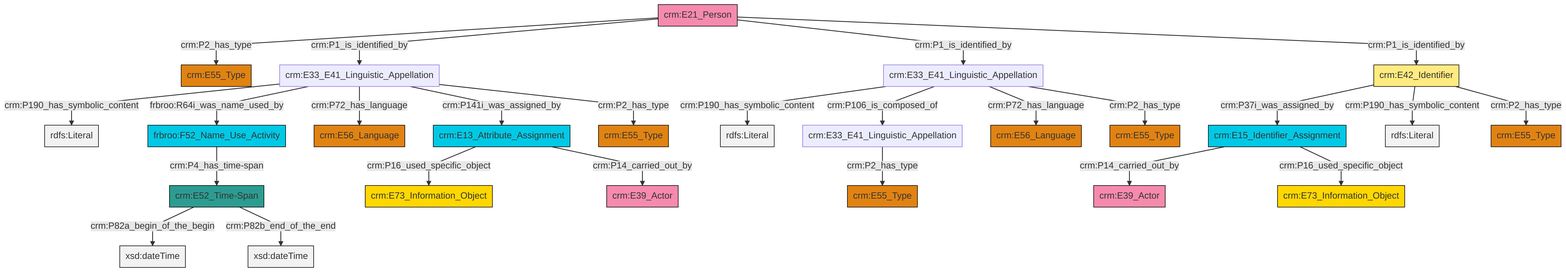
This is et/personCSV/ttl/mmd/png/Person_Names_and_Classification.png from swiss-art-research-net/reference-data-models, a Mermaid export, as it was before one commit. Its source is kept beside it as et/personCSV/ttl/mmd/Person_Names_and_Classification.ttl.mmd.
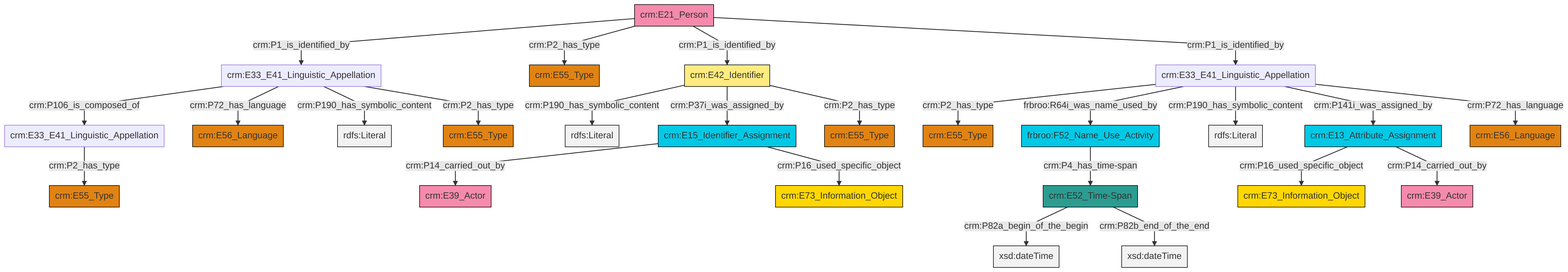
After the commit.

The edit, as a diff of the source:
```diff
@@ -13,27 +13,27 @@
 classDef PC_Classes fill:#4ce600, stroke:#000000;
 classDef Multi fill:#cccccc,stroke:#000000;
 
-0["crm:E52_Time-Span"]:::Time-Span -->|crm:P82a_begin_of_the_begin| 1[xsd:dateTime]:::Literal
-2["crm:E13_Attribute_Assignment"]:::Temporal_Entity -->|crm:P16_used_specific_object| 3["crm:E73_Information_Object"]:::Conceptual_Object
-4["crm:E21_Person"]:::Actor -->|crm:P2_has_type| 5["crm:E55_Type"]:::Type
-6["crm:E15_Identifier_Assignment"]:::Temporal_Entity -->|crm:P14_carried_out_by| 7["crm:E39_Actor"]:::Actor
-9["crm:E33_E41_Linguistic_Appellation"]:::Default -->|crm:P190_has_symbolic_content| 10[rdfs:Literal]:::Literal
-11["crm:E42_Identifier"]:::Appellation -->|crm:P37i_was_assigned_by| 6["crm:E15_Identifier_Assignment"]:::Temporal_Entity
-0["crm:E52_Time-Span"]:::Time-Span -->|crm:P82b_end_of_the_end| 23[xsd:dateTime]:::Literal
-9["crm:E33_E41_Linguistic_Appellation"]:::Default -->|crm:P106_is_composed_of| 12["crm:E33_E41_Linguistic_Appellation"]:::Default
-25["crm:E33_E41_Linguistic_Appellation"]:::Default -->|crm:P190_has_symbolic_content| 26[rdfs:Literal]:::Literal
-9["crm:E33_E41_Linguistic_Appellation"]:::Default -->|crm:P72_has_language| 31["crm:E56_Language"]:::Type
-16["frbroo:F52_Name_Use_Activity"]:::Temporal_Entity -->|crm:P4_has_time-span| 0["crm:E52_Time-Span"]:::Time-Span
-25["crm:E33_E41_Linguistic_Appellation"]:::Default -->|frbroo:R64i_was_name_used_by| 16["frbroo:F52_Name_Use_Activity"]:::Temporal_Entity
-11["crm:E42_Identifier"]:::Appellation -->|crm:P190_has_symbolic_content| 35[rdfs:Literal]:::Literal
-9["crm:E33_E41_Linguistic_Appellation"]:::Default -->|crm:P2_has_type| 36["crm:E55_Type"]:::Type
-25["crm:E33_E41_Linguistic_Appellation"]:::Default -->|crm:P72_has_language| 18["crm:E56_Language"]:::Type
-4["crm:E21_Person"]:::Actor -->|crm:P1_is_identified_by| 25["crm:E33_E41_Linguistic_Appellation"]:::Default
-6["crm:E15_Identifier_Assignment"]:::Temporal_Entity -->|crm:P16_used_specific_object| 21["crm:E73_Information_Object"]:::Conceptual_Object
-2["crm:E13_Attribute_Assignment"]:::Temporal_Entity -->|crm:P14_carried_out_by| 14["crm:E39_Actor"]:::Actor
-25["crm:E33_E41_Linguistic_Appellation"]:::Default -->|crm:P141i_was_assigned_by| 2["crm:E13_Attribute_Assignment"]:::Temporal_Entity
-4["crm:E21_Person"]:::Actor -->|crm:P1_is_identified_by| 9["crm:E33_E41_Linguistic_Appellation"]:::Default
-25["crm:E33_E41_Linguistic_Appellation"]:::Default -->|crm:P2_has_type| 38["crm:E55_Type"]:::Type
-4["crm:E21_Person"]:::Actor -->|crm:P1_is_identified_by| 11["crm:E42_Identifier"]:::Appellation
-11["crm:E42_Identifier"]:::Appellation -->|crm:P2_has_type| 27["crm:E55_Type"]:::Type
-12["crm:E33_E41_Linguistic_Appellation"]:::Default -->|crm:P2_has_type| 32["crm:E55_Type"]:::Type
+2["crm:E15_Identifier_Assignment"]:::Temporal_Entity -->|crm:P14_carried_out_by| 3["crm:E39_Actor"]:::Actor
+4["crm:E33_E41_Linguistic_Appellation"]:::Default -->|crm:P106_is_composed_of| 5["crm:E33_E41_Linguistic_Appellation"]:::Default
+11["crm:E21_Person"]:::Actor -->|crm:P1_is_identified_by| 4["crm:E33_E41_Linguistic_Appellation"]:::Default
+11["crm:E21_Person"]:::Actor -->|crm:P2_has_type| 0["crm:E55_Type"]:::Type
+4["crm:E33_E41_Linguistic_Appellation"]:::Default -->|crm:P72_has_language| 15["crm:E56_Language"]:::Type
+9["crm:E33_E41_Linguistic_Appellation"]:::Default -->|crm:P2_has_type| 16["crm:E55_Type"]:::Type
+4["crm:E33_E41_Linguistic_Appellation"]:::Default -->|crm:P190_has_symbolic_content| 19[rdfs:Literal]:::Literal
+9["crm:E33_E41_Linguistic_Appellation"]:::Default -->|frbroo:R64i_was_name_used_by| 13["frbroo:F52_Name_Use_Activity"]:::Temporal_Entity
+5["crm:E33_E41_Linguistic_Appellation"]:::Default -->|crm:P2_has_type| 22["crm:E55_Type"]:::Type
+11["crm:E21_Person"]:::Actor -->|crm:P1_is_identified_by| 17["crm:E42_Identifier"]:::Appellation
+17["crm:E42_Identifier"]:::Appellation -->|crm:P190_has_symbolic_content| 24[rdfs:Literal]:::Literal
+17["crm:E42_Identifier"]:::Appellation -->|crm:P37i_was_assigned_by| 2["crm:E15_Identifier_Assignment"]:::Temporal_Entity
+13["frbroo:F52_Name_Use_Activity"]:::Temporal_Entity -->|crm:P4_has_time-span| 6["crm:E52_Time-Span"]:::Time-Span
+9["crm:E33_E41_Linguistic_Appellation"]:::Default -->|crm:P190_has_symbolic_content| 25[rdfs:Literal]:::Literal
+17["crm:E42_Identifier"]:::Appellation -->|crm:P2_has_type| 26["crm:E55_Type"]:::Type
+6["crm:E52_Time-Span"]:::Time-Span -->|crm:P82a_begin_of_the_begin| 31[xsd:dateTime]:::Literal
+6["crm:E52_Time-Span"]:::Time-Span -->|crm:P82b_end_of_the_end| 34[xsd:dateTime]:::Literal
+32["crm:E13_Attribute_Assignment"]:::Temporal_Entity -->|crm:P16_used_specific_object| 20["crm:E73_Information_Object"]:::Conceptual_Object
+9["crm:E33_E41_Linguistic_Appellation"]:::Default -->|crm:P141i_was_assigned_by| 32["crm:E13_Attribute_Assignment"]:::Temporal_Entity
+4["crm:E33_E41_Linguistic_Appellation"]:::Default -->|crm:P2_has_type| 29["crm:E55_Type"]:::Type
+11["crm:E21_Person"]:::Actor -->|crm:P1_is_identified_by| 9["crm:E33_E41_Linguistic_Appellation"]:::Default
+9["crm:E33_E41_Linguistic_Appellation"]:::Default -->|crm:P72_has_language| 39["crm:E56_Language"]:::Type
+32["crm:E13_Attribute_Assignment"]:::Temporal_Entity -->|crm:P14_carried_out_by| 27["crm:E39_Actor"]:::Actor
+2["crm:E15_Identifier_Assignment"]:::Temporal_Entity -->|crm:P16_used_specific_object| 42["crm:E73_Information_Object"]:::Conceptual_Object
```
